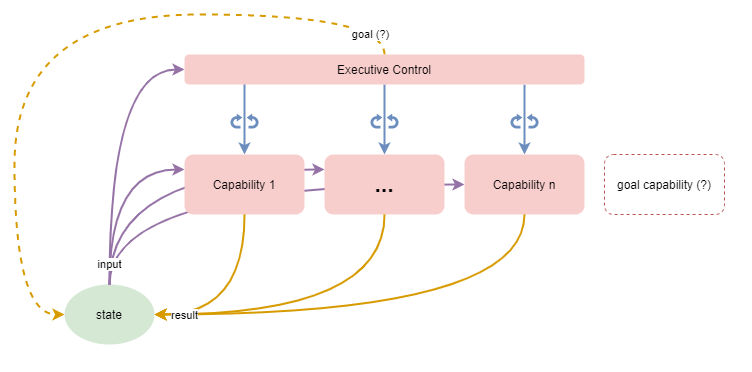
malcolmlett/malcolmlett.github.io keeps this draw.io diagram as files/Biological-basis-for-proto-AGI-active-passive-ec.png. Above is the earlier version. Source tidied: cells renumbered, new cells last; positions are measured from the earlier drawing's top-left corner, leaving out a move shared by most shapes. Source of this version:
```xml
<mxGraphModel>
  <root>
    <mxCell id="0" />
    <mxCell id="1" parent="0" />
    <mxCell id="2" style="edgeStyle=orthogonalEdgeStyle;rounded=0;jettySize=auto;html=1;exitX=0.15;exitY=0.984;exitDx=0;exitDy=0;exitPerimeter=0;strokeWidth=2;fillColor=#dae8fc;strokeColor=#6c8ebf;" parent="1" edge="1" source="7" target="12">
      <mxGeometry relative="1" as="geometry" />
    </mxCell>
    <mxCell id="3" style="edgeStyle=orthogonalEdgeStyle;rounded=0;jettySize=auto;html=1;strokeWidth=2;fillColor=#dae8fc;strokeColor=#6c8ebf;" parent="1" edge="1" source="7" target="14">
      <mxGeometry relative="1" as="geometry" />
    </mxCell>
    <mxCell id="4" style="edgeStyle=orthogonalEdgeStyle;rounded=0;jettySize=auto;html=1;exitX=0.85;exitY=1.007;exitDx=0;exitDy=0;exitPerimeter=0;strokeWidth=2;fillColor=#dae8fc;strokeColor=#6c8ebf;" parent="1" edge="1" source="7" target="13">
      <mxGeometry relative="1" as="geometry" />
    </mxCell>
    <mxCell id="5" style="edgeStyle=orthogonalEdgeStyle;curved=1;rounded=0;jettySize=auto;html=1;strokeWidth=2;entryX=0;entryY=0.5;entryDx=0;entryDy=0;fillColor=#ffe6cc;strokeColor=#d79b00;dashed=1;" parent="1" edge="1" source="7" target="9">
      <mxGeometry relative="1" as="geometry">
        <Array as="points">
          <mxPoint x="370" />
          <mxPoint />
          <mxPoint y="300" />
        </Array>
      </mxGeometry>
    </mxCell>
    <mxCell id="6" value="goal (?)" style="edgeLabel;html=1;align=center;verticalAlign=middle;" parent="5" vertex="1">
      <mxGeometry x="-0.64" y="3" relative="1" as="geometry">
        <mxPoint x="83.9" y="17" as="offset" />
      </mxGeometry>
    </mxCell>
    <mxCell id="7" value="Executive Control" style="rounded=1;whiteSpace=wrap;html=1;fillColor=#f8cecc;strokeColor=none;" parent="1" vertex="1">
      <mxGeometry x="170" y="40" width="400" height="30" as="geometry" />
    </mxCell>
    <mxCell id="8" style="edgeStyle=orthogonalEdgeStyle;rounded=1;jettySize=auto;html=1;entryX=0;entryY=0.25;entryDx=0;entryDy=0;strokeWidth=2;fillColor=#e1d5e7;strokeColor=#9673a6;curved=1;exitX=0.5;exitY=0;exitDx=0;exitDy=0;" parent="1" edge="1" source="9" target="12">
      <mxGeometry relative="1" as="geometry" />
    </mxCell>
    <mxCell id="9" value="state" style="ellipse;whiteSpace=wrap;html=1;fillColor=#d5e8d4;strokeColor=none;" parent="1" vertex="1">
      <mxGeometry x="50" y="270" width="90" height="60" as="geometry" />
    </mxCell>
    <mxCell id="10" style="edgeStyle=orthogonalEdgeStyle;rounded=1;jettySize=auto;html=1;entryX=0;entryY=0.25;entryDx=0;entryDy=0;strokeWidth=2;fillColor=#e1d5e7;strokeColor=#9673a6;curved=1;exitX=0.5;exitY=0;exitDx=0;exitDy=0;" parent="1" edge="1" source="9" target="14">
      <mxGeometry relative="1" as="geometry" />
    </mxCell>
    <mxCell id="11" style="edgeStyle=orthogonalEdgeStyle;rounded=1;jettySize=auto;html=1;entryX=0;entryY=0.5;entryDx=0;entryDy=0;strokeWidth=2;fillColor=#e1d5e7;strokeColor=#9673a6;curved=1;exitX=0.5;exitY=0;exitDx=0;exitDy=0;" parent="1" edge="1" source="9" target="13">
      <mxGeometry relative="1" as="geometry" />
    </mxCell>
    <mxCell id="12" value="Capability 1" style="rounded=1;whiteSpace=wrap;html=1;fillColor=#f8cecc;strokeColor=none;" parent="1" vertex="1">
      <mxGeometry x="170" y="140" width="120" height="60" as="geometry" />
    </mxCell>
    <mxCell id="13" value="Capability n" style="rounded=1;whiteSpace=wrap;html=1;fillColor=#f8cecc;strokeColor=none;" parent="1" vertex="1">
      <mxGeometry x="450" y="140" width="120" height="60" as="geometry" />
    </mxCell>
    <mxCell id="14" value="&lt;b&gt;&lt;font style=&quot;font-size: 23px&quot;&gt;...&lt;/font&gt;&lt;/b&gt;" style="rounded=1;whiteSpace=wrap;html=1;fillColor=#f8cecc;strokeColor=none;" parent="1" vertex="1">
      <mxGeometry x="310" y="140" width="120" height="60" as="geometry" />
    </mxCell>
    <mxCell id="15" style="edgeStyle=orthogonalEdgeStyle;rounded=1;jettySize=auto;html=1;entryX=0;entryY=0.5;entryDx=0;entryDy=0;strokeWidth=2;fillColor=#e1d5e7;strokeColor=#9673a6;curved=1;exitX=0.5;exitY=0;exitDx=0;exitDy=0;" parent="1" edge="1" source="9" target="7">
      <mxGeometry relative="1" as="geometry" />
    </mxCell>
    <mxCell id="16" value="input" style="edgeLabel;html=1;align=center;verticalAlign=middle;" parent="15" vertex="1">
      <mxGeometry x="-0.79" relative="1" as="geometry">
        <mxPoint y="11" as="offset" />
      </mxGeometry>
    </mxCell>
    <mxCell id="17" style="html=1;shadow=0;dashed=0;align=center;verticalAlign=middle;shape=mxgraph.arrows2.uTurnArrow;dy=1.38;arrowHead=8.17;dx2=5.72;flipH=1;strokeColor=none;fillColor=#6C8EBF;" parent="1" vertex="1">
      <mxGeometry x="234" y="99" width="10" height="15" as="geometry" />
    </mxCell>
    <mxCell id="18" style="html=1;shadow=0;dashed=0;align=center;verticalAlign=middle;shape=mxgraph.arrows2.uTurnArrow;dy=1.38;arrowHead=8.17;dx2=5.72;flipH=0;strokeColor=none;fillColor=#6C8EBF;" parent="1" vertex="1">
      <mxGeometry x="216" y="99" width="10" height="15" as="geometry" />
    </mxCell>
    <mxCell id="19" style="html=1;shadow=0;dashed=0;align=center;verticalAlign=middle;shape=mxgraph.arrows2.uTurnArrow;dy=1.38;arrowHead=8.17;dx2=5.72;flipH=1;strokeColor=none;fillColor=#6C8EBF;" parent="1" vertex="1">
      <mxGeometry x="374" y="99" width="10" height="15" as="geometry" />
    </mxCell>
    <mxCell id="20" style="html=1;shadow=0;dashed=0;align=center;verticalAlign=middle;shape=mxgraph.arrows2.uTurnArrow;dy=1.38;arrowHead=8.17;dx2=5.72;flipH=0;strokeColor=none;fillColor=#6C8EBF;" parent="1" vertex="1">
      <mxGeometry x="356" y="99" width="10" height="15" as="geometry" />
    </mxCell>
    <mxCell id="21" style="html=1;shadow=0;dashed=0;align=center;verticalAlign=middle;shape=mxgraph.arrows2.uTurnArrow;dy=1.38;arrowHead=8.17;dx2=5.72;flipH=1;strokeColor=none;fillColor=#6C8EBF;" parent="1" vertex="1">
      <mxGeometry x="514" y="99" width="10" height="15" as="geometry" />
    </mxCell>
    <mxCell id="22" style="html=1;shadow=0;dashed=0;align=center;verticalAlign=middle;shape=mxgraph.arrows2.uTurnArrow;dy=1.38;arrowHead=8.17;dx2=5.72;flipH=0;strokeColor=none;fillColor=#6C8EBF;" parent="1" vertex="1">
      <mxGeometry x="496" y="99" width="10" height="15" as="geometry" />
    </mxCell>
    <mxCell id="23" style="edgeStyle=orthogonalEdgeStyle;rounded=1;jettySize=auto;html=1;entryX=1;entryY=0.5;entryDx=0;entryDy=0;strokeWidth=2;fillColor=#ffe6cc;strokeColor=#d79b00;curved=1;exitX=0.5;exitY=1;exitDx=0;exitDy=0;" parent="1" edge="1" source="14" target="9">
      <mxGeometry relative="1" as="geometry" />
    </mxCell>
    <mxCell id="24" style="edgeStyle=orthogonalEdgeStyle;rounded=1;jettySize=auto;html=1;entryX=1;entryY=0.5;entryDx=0;entryDy=0;strokeWidth=2;fillColor=#ffe6cc;strokeColor=#d79b00;curved=1;exitX=0.5;exitY=1;exitDx=0;exitDy=0;" parent="1" edge="1" source="13" target="9">
      <mxGeometry relative="1" as="geometry" />
    </mxCell>
    <mxCell id="25" style="edgeStyle=orthogonalEdgeStyle;rounded=1;jettySize=auto;html=1;entryX=1;entryY=0.5;entryDx=0;entryDy=0;strokeWidth=2;fillColor=#ffe6cc;strokeColor=#d79b00;curved=1;exitX=0.5;exitY=1;exitDx=0;exitDy=0;" parent="1" edge="1" source="12" target="9">
      <mxGeometry relative="1" as="geometry" />
    </mxCell>
    <mxCell id="26" value="result" style="edgeLabel;html=1;align=center;verticalAlign=middle;" parent="25" vertex="1">
      <mxGeometry x="-0.21" y="-20" relative="1" as="geometry">
        <mxPoint x="-40" y="25" as="offset" />
      </mxGeometry>
    </mxCell>
    <mxCell id="27" value="goal capability (?)" style="rounded=1;whiteSpace=wrap;html=1;strokeColor=#b85450;fillColor=none;dashed=1;" parent="1" vertex="1">
      <mxGeometry x="590" y="140" width="120" height="60" as="geometry" />
    </mxCell>
  </root>
</mxGraphModel>
```
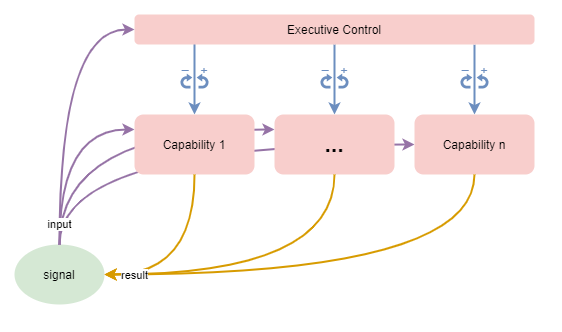
The same diagram one commit later.

Commit message:
Goal setting

The edit, as a diff of the source:
```diff
@@ -11,27 +11,13 @@
     <mxCell id="4" style="edgeStyle=orthogonalEdgeStyle;rounded=0;jettySize=auto;html=1;exitX=0.85;exitY=1.007;exitDx=0;exitDy=0;exitPerimeter=0;strokeWidth=2;fillColor=#dae8fc;strokeColor=#6c8ebf;" parent="1" edge="1" source="7" target="13">
       <mxGeometry relative="1" as="geometry" />
     </mxCell>
-    <mxCell id="5" style="edgeStyle=orthogonalEdgeStyle;curved=1;rounded=0;jettySize=auto;html=1;strokeWidth=2;entryX=0;entryY=0.5;entryDx=0;entryDy=0;fillColor=#ffe6cc;strokeColor=#d79b00;dashed=1;" parent="1" edge="1" source="7" target="9">
-      <mxGeometry relative="1" as="geometry">
-        <Array as="points">
-          <mxPoint x="370" />
-          <mxPoint />
-          <mxPoint y="300" />
-        </Array>
-      </mxGeometry>
-    </mxCell>
-    <mxCell id="6" value="goal (?)" style="edgeLabel;html=1;align=center;verticalAlign=middle;" parent="5" vertex="1">
-      <mxGeometry x="-0.64" y="3" relative="1" as="geometry">
-        <mxPoint x="83.9" y="17" as="offset" />
-      </mxGeometry>
-    </mxCell>
     <mxCell id="7" value="Executive Control" style="rounded=1;whiteSpace=wrap;html=1;fillColor=#f8cecc;strokeColor=none;" parent="1" vertex="1">
       <mxGeometry x="170" y="40" width="400" height="30" as="geometry" />
     </mxCell>
     <mxCell id="8" style="edgeStyle=orthogonalEdgeStyle;rounded=1;jettySize=auto;html=1;entryX=0;entryY=0.25;entryDx=0;entryDy=0;strokeWidth=2;fillColor=#e1d5e7;strokeColor=#9673a6;curved=1;exitX=0.5;exitY=0;exitDx=0;exitDy=0;" parent="1" edge="1" source="9" target="12">
       <mxGeometry relative="1" as="geometry" />
     </mxCell>
-    <mxCell id="9" value="state" style="ellipse;whiteSpace=wrap;html=1;fillColor=#d5e8d4;strokeColor=none;" parent="1" vertex="1">
+    <mxCell id="9" value="signal" style="ellipse;whiteSpace=wrap;html=1;fillColor=#d5e8d4;strokeColor=none;" parent="1" vertex="1">
       <mxGeometry x="50" y="270" width="90" height="60" as="geometry" />
     </mxCell>
     <mxCell id="10" style="edgeStyle=orthogonalEdgeStyle;rounded=1;jettySize=auto;html=1;entryX=0;entryY=0.25;entryDx=0;entryDy=0;strokeWidth=2;fillColor=#e1d5e7;strokeColor=#9673a6;curved=1;exitX=0.5;exitY=0;exitDx=0;exitDy=0;" parent="1" edge="1" source="9" target="14">
@@ -89,8 +75,23 @@
         <mxPoint x="-40" y="25" as="offset" />
       </mxGeometry>
     </mxCell>
-    <mxCell id="27" value="goal capability (?)" style="rounded=1;whiteSpace=wrap;html=1;strokeColor=#b85450;fillColor=none;dashed=1;" parent="1" vertex="1">
-      <mxGeometry x="590" y="140" width="120" height="60" as="geometry" />
-    </mxCell>
+    <mxCell id="28" value="_" style="text;html=1;align=center;verticalAlign=bottom;whiteSpace=wrap;rounded=0;spacing=0;fontColor=#6C8EBF;" parent="1" vertex="1">
+      <mxGeometry x="216" y="88" width="10" height="10" as="geometry" />
+    </mxCell>
+    <mxCell id="29" value="+" style="text;html=1;align=center;verticalAlign=middle;whiteSpace=wrap;rounded=0;spacing=0;fontColor=#6C8EBF;" parent="1" vertex="1">
+      <mxGeometry x="235" y="91" width="10" height="10" as="geometry" />
+    </mxCell>
+    <mxCell id="30" value="_" style="text;html=1;align=center;verticalAlign=bottom;whiteSpace=wrap;rounded=0;spacing=0;fontColor=#6C8EBF;" parent="1" vertex="1">
+      <mxGeometry x="356" y="88" width="10" height="10" as="geometry" />
+    </mxCell>
+    <mxCell id="31" value="+" style="text;html=1;align=center;verticalAlign=middle;whiteSpace=wrap;rounded=0;spacing=0;fontColor=#6C8EBF;" parent="1" vertex="1">
+      <mxGeometry x="375" y="91" width="10" height="10" as="geometry" />
+    </mxCell>
+    <mxCell id="32" value="_" style="text;html=1;align=center;verticalAlign=bottom;whiteSpace=wrap;rounded=0;spacing=0;fontColor=#6C8EBF;" parent="1" vertex="1">
+      <mxGeometry x="496" y="88" width="10" height="10" as="geometry" />
+    </mxCell>
+    <mxCell id="33" value="+" style="text;html=1;align=center;verticalAlign=middle;whiteSpace=wrap;rounded=0;spacing=0;fontColor=#6C8EBF;" parent="1" vertex="1">
+      <mxGeometry x="515" y="91" width="10" height="10" as="geometry" />
+    </mxCell>
   </root>
 </mxGraphModel>
```
